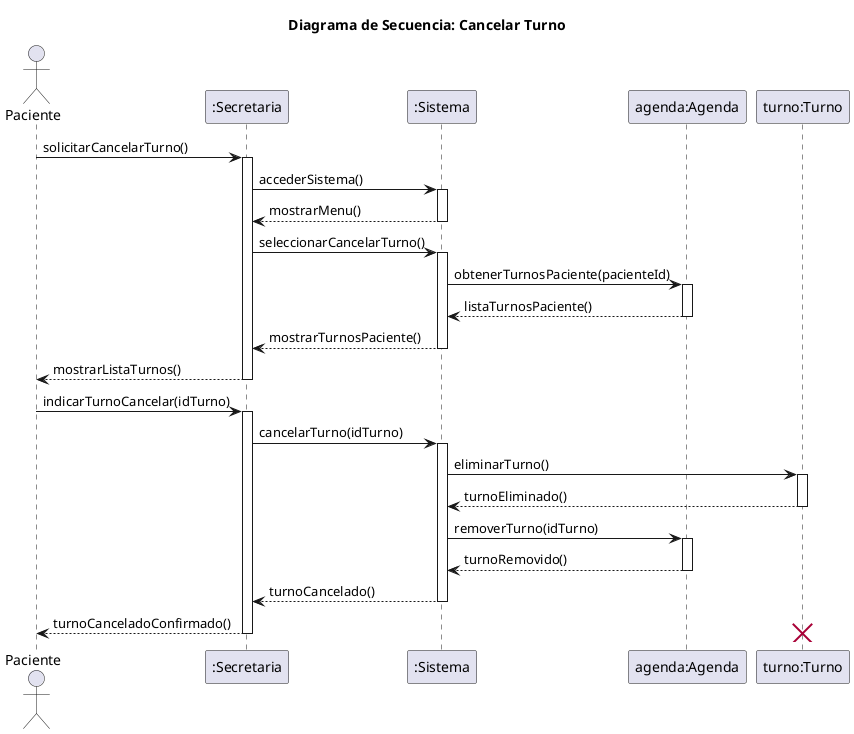
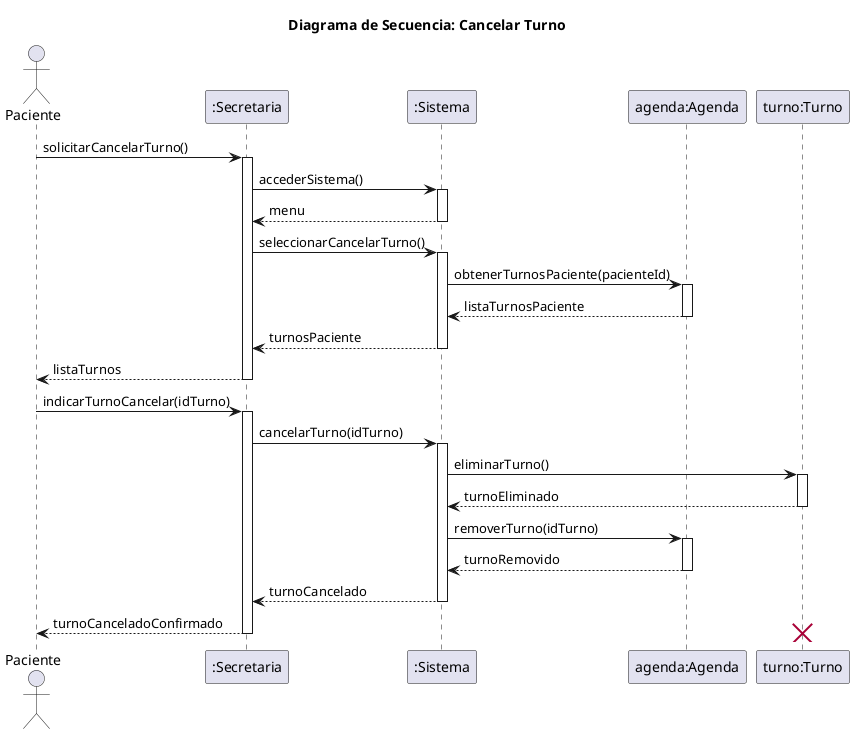
- @startuml cancelarTurno
+ @startuml
title Diagrama de Secuencia: Cancelar Turno

actor Paciente
participant ":Secretaria" as secretaria
participant ":Sistema" as sistema
participant "agenda:Agenda" as agenda
participant "turno:Turno" as turno

Paciente -> secretaria: solicitarCancelarTurno()
activate secretaria
secretaria -> sistema: accederSistema()
activate sistema
- sistema --> secretaria: mostrarMenu()
+ sistema --> secretaria: menu
deactivate sistema
secretaria -> sistema: seleccionarCancelarTurno()
activate sistema
sistema -> agenda: obtenerTurnosPaciente(pacienteId)
activate agenda
- agenda --> sistema: listaTurnosPaciente()
+ agenda --> sistema: listaTurnosPaciente
deactivate agenda
- sistema --> secretaria: mostrarTurnosPaciente()
+ sistema --> secretaria: turnosPaciente
deactivate sistema
- secretaria --> Paciente: mostrarListaTurnos()
+ secretaria --> Paciente: listaTurnos
deactivate secretaria

Paciente -> secretaria: indicarTurnoCancelar(idTurno)
activate secretaria
secretaria -> sistema: cancelarTurno(idTurno)
activate sistema
sistema -> turno: eliminarTurno()
activate turno
- turno --> sistema: turnoEliminado()
+ turno --> sistema: turnoEliminado
deactivate turno
sistema -> agenda: removerTurno(idTurno)
activate agenda
- agenda --> sistema: turnoRemovido()
+ agenda --> sistema: turnoRemovido
deactivate agenda
- sistema --> secretaria: turnoCancelado()
+ sistema --> secretaria: turnoCancelado
deactivate sistema
- secretaria --> Paciente: turnoCanceladoConfirmado()
+ secretaria --> Paciente: turnoCanceladoConfirmado
deactivate secretaria

destroy turno
@enduml